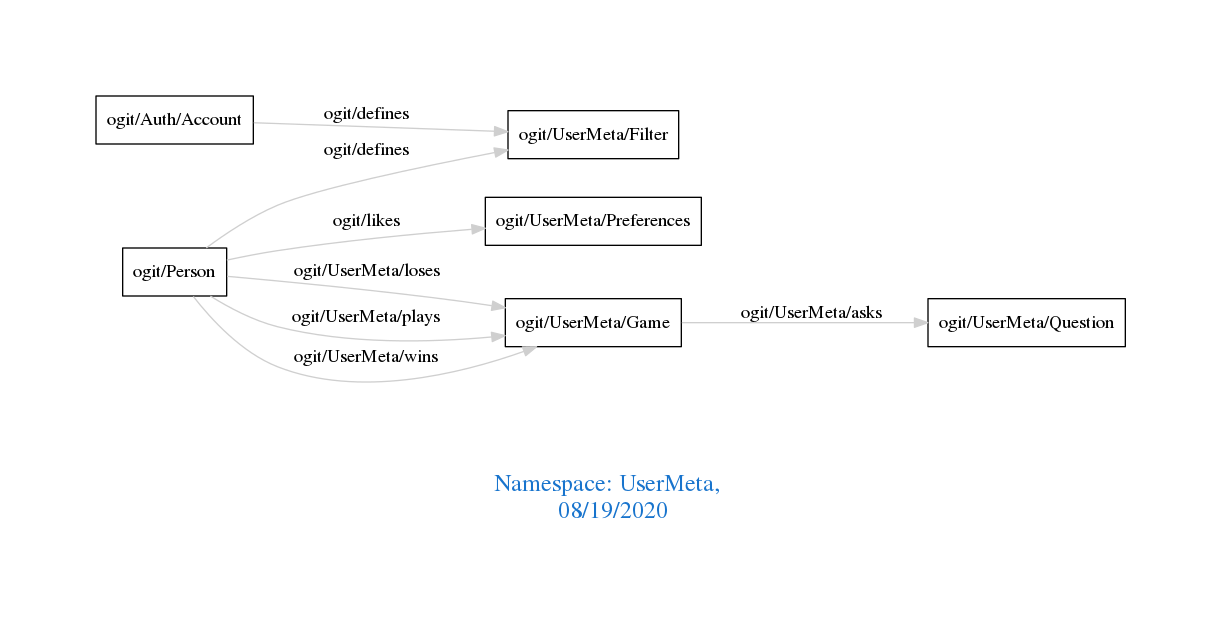
Before: downloads/UserMeta.png, a diagram exported from Graphviz (arago/OGIT). Its source is kept beside it as downloads/UserMeta.dot.
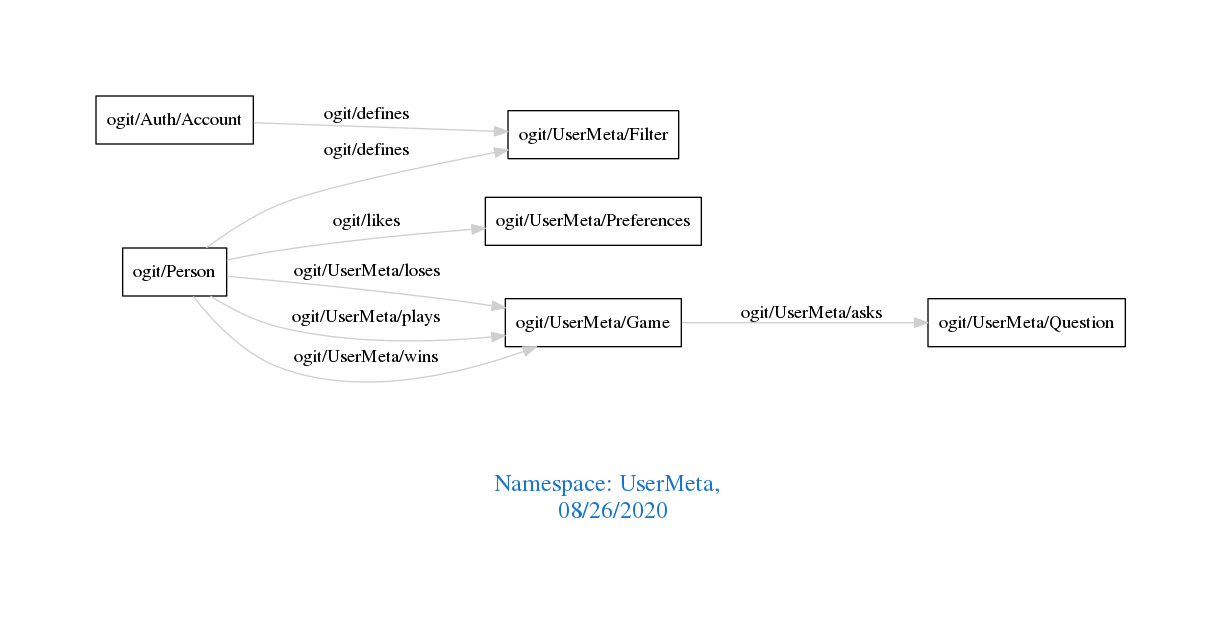
The same diagram one commit later.

Diff of the diagram source:
```diff
@@ -1,7 +1,7 @@
 digraph OGIT_ontology {
  graph [ rankdir= LR,pad=1
 fontsize = 18,
-fontcolor= dodgerblue3,label = "\n\n\nNamespace: UserMeta, \n 08/19/2020"];
+fontcolor= dodgerblue3,label = "\n\n\nNamespace: UserMeta, \n 08/26/2020"];
 node[shape=polygon];
 edge [  color="gray81"];
 
```
